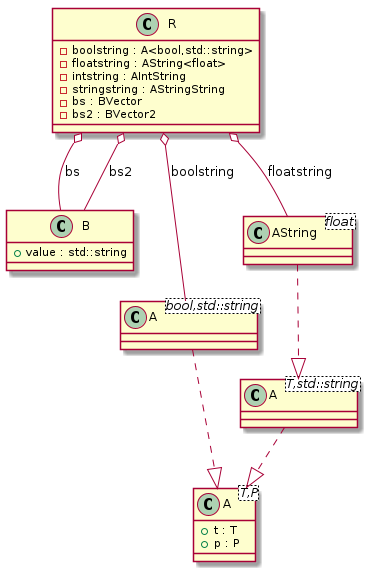
Earlier version of the PlantUML export docs/test_cases/t00014_class.png (bkryza/clang-uml). Source of this version:
```plantuml
@startuml
class "A<T,P>" as C_0000000171

class "A<T,std::string>" as C_0000000173

class "B" as C_0000000175

class "A<bool,std::string>" as C_0000000178

class "AString<float>" as C_0000000179

class "R" as C_0000000177

class C_0000000171 {
+t : T
+p : P
}

class C_0000000173 {
}
C_0000000173 ..|> C_0000000171

class C_0000000175 {
+value : std::string
}

class C_0000000178 {
}
C_0000000178 ..|> C_0000000171

class C_0000000179 {
}
C_0000000179 ..|> C_0000000173

class C_0000000177 {
-boolstring : A<bool,std::string>
-floatstring : AString<float>
-intstring : AIntString
-stringstring : AStringString
-bs : BVector
-bs2 : BVector2
}
C_0000000177 o-- C_0000000178 : boolstring
C_0000000177 o-- C_0000000179 : floatstring
C_0000000177 o-- C_0000000175 : bs
C_0000000177 o-- C_0000000175 : bs2

@enduml
```
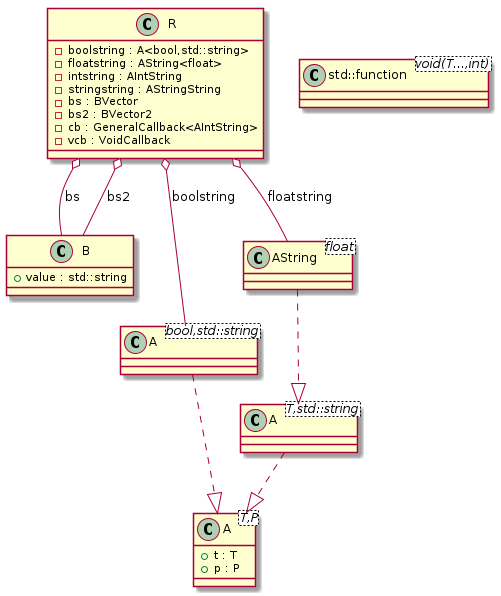
The same diagram one commit later.

Diff of the diagram source:
```diff
@@ -3,13 +3,15 @@
 
 class "A<T,std::string>" as C_0000000173
 
-class "B" as C_0000000175
+class "std::function<void(T...,int)>" as C_0000000175
 
-class "A<bool,std::string>" as C_0000000178
+class "B" as C_0000000177
 
-class "AString<float>" as C_0000000179
+class "A<bool,std::string>" as C_0000000180
 
-class "R" as C_0000000177
+class "AString<float>" as C_0000000181
+
+class "R" as C_0000000179
 
 class C_0000000171 {
 +t : T
@@ -21,28 +23,33 @@
 C_0000000173 ..|> C_0000000171
 
 class C_0000000175 {
+}
+
+class C_0000000177 {
 +value : std::string
 }
 
-class C_0000000178 {
+class C_0000000180 {
 }
-C_0000000178 ..|> C_0000000171
+C_0000000180 ..|> C_0000000171
+
+class C_0000000181 {
+}
+C_0000000181 ..|> C_0000000173
 
 class C_0000000179 {
-}
-C_0000000179 ..|> C_0000000173
-
-class C_0000000177 {
 -boolstring : A<bool,std::string>
 -floatstring : AString<float>
 -intstring : AIntString
 -stringstring : AStringString
 -bs : BVector
 -bs2 : BVector2
+-cb : GeneralCallback<AIntString>
+-vcb : VoidCallback
 }
-C_0000000177 o-- C_0000000178 : boolstring
-C_0000000177 o-- C_0000000179 : floatstring
-C_0000000177 o-- C_0000000175 : bs
-C_0000000177 o-- C_0000000175 : bs2
+C_0000000179 o-- C_0000000180 : boolstring
+C_0000000179 o-- C_0000000181 : floatstring
+C_0000000179 o-- C_0000000177 : bs
+C_0000000179 o-- C_0000000177 : bs2
 
 @enduml
```
